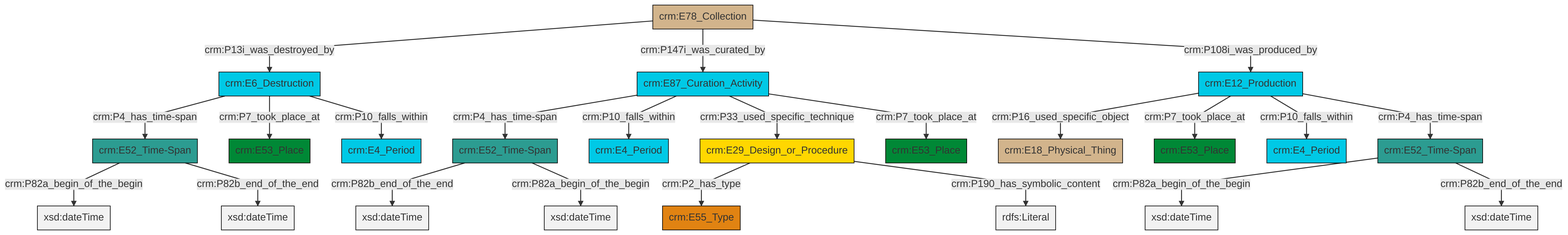
Above: et/archivalCSV/ttl/mmd/png/archival_existence.png in swiss-art-research-net/docs.swissartresearch (Mermaid), before the change. Its source is kept beside it as et/archivalCSV/ttl/mmd/archival_existence.ttl.mmd.
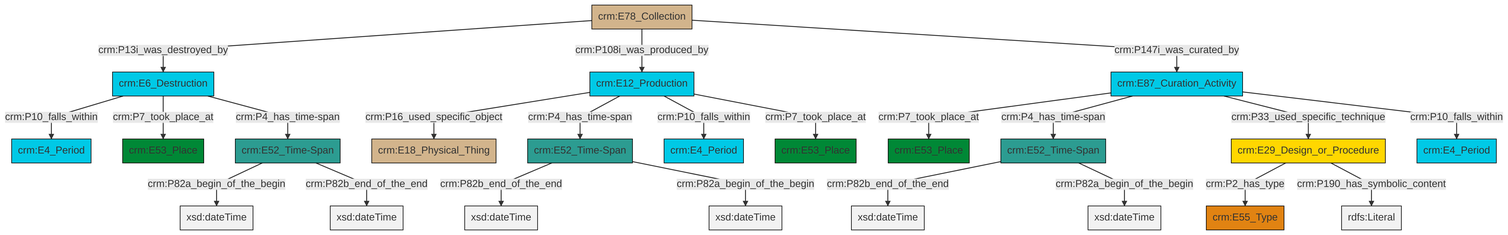
Later version of the same file.

Diff of the diagram source:
```diff
@@ -13,25 +13,25 @@
 classDef PC_Classes fill:#4ce600, stroke:#000000;
 classDef Multi fill:#cccccc,stroke:#000000;
 
-0["crm:E78_Collection"]:::Physical_Thing -->|crm:P13i_was_destroyed_by| 1["crm:E6_Destruction"]:::Temporal_Entity
-2["crm:E12_Production"]:::Temporal_Entity -->|crm:P16_used_specific_object| 3["crm:E18_Physical_Thing"]:::Physical_Thing
-4["crm:E87_Curation_Activity"]:::Temporal_Entity -->|crm:P4_has_time-span| 5["crm:E52_Time-Span"]:::Time-Span
-5["crm:E52_Time-Span"]:::Time-Span -->|crm:P82b_end_of_the_end| 6[xsd:dateTime]:::Literal
-4["crm:E87_Curation_Activity"]:::Temporal_Entity -->|crm:P10_falls_within| 7["crm:E4_Period"]:::Temporal_Entity
-1["crm:E6_Destruction"]:::Temporal_Entity -->|crm:P4_has_time-span| 8["crm:E52_Time-Span"]:::Time-Span
-1["crm:E6_Destruction"]:::Temporal_Entity -->|crm:P7_took_place_at| 11["crm:E53_Place"]:::Place
-0["crm:E78_Collection"]:::Physical_Thing -->|crm:P147i_was_curated_by| 4["crm:E87_Curation_Activity"]:::Temporal_Entity
-17["crm:E29_Design_or_Procedure"]:::Conceptual_Object -->|crm:P2_has_type| 14["crm:E55_Type"]:::Type
-2["crm:E12_Production"]:::Temporal_Entity -->|crm:P7_took_place_at| 20["crm:E53_Place"]:::Place
-4["crm:E87_Curation_Activity"]:::Temporal_Entity -->|crm:P33_used_specific_technique| 17["crm:E29_Design_or_Procedure"]:::Conceptual_Object
-2["crm:E12_Production"]:::Temporal_Entity -->|crm:P10_falls_within| 23["crm:E4_Period"]:::Temporal_Entity
-5["crm:E52_Time-Span"]:::Time-Span -->|crm:P82a_begin_of_the_begin| 26[xsd:dateTime]:::Literal
-1["crm:E6_Destruction"]:::Temporal_Entity -->|crm:P10_falls_within| 12["crm:E4_Period"]:::Temporal_Entity
-0["crm:E78_Collection"]:::Physical_Thing -->|crm:P108i_was_produced_by| 2["crm:E12_Production"]:::Temporal_Entity
-8["crm:E52_Time-Span"]:::Time-Span -->|crm:P82a_begin_of_the_begin| 29[xsd:dateTime]:::Literal
-9["crm:E52_Time-Span"]:::Time-Span -->|crm:P82a_begin_of_the_begin| 30[xsd:dateTime]:::Literal
-2["crm:E12_Production"]:::Temporal_Entity -->|crm:P4_has_time-span| 9["crm:E52_Time-Span"]:::Time-Span
-9["crm:E52_Time-Span"]:::Time-Span -->|crm:P82b_end_of_the_end| 33[xsd:dateTime]:::Literal
-4["crm:E87_Curation_Activity"]:::Temporal_Entity -->|crm:P7_took_place_at| 31["crm:E53_Place"]:::Place
-8["crm:E52_Time-Span"]:::Time-Span -->|crm:P82b_end_of_the_end| 36[xsd:dateTime]:::Literal
-17["crm:E29_Design_or_Procedure"]:::Conceptual_Object -->|crm:P190_has_symbolic_content| 37[rdfs:Literal]:::Literal
+0["crm:E52_Time-Span"]:::Time-Span -->|crm:P82b_end_of_the_end| 1[xsd:dateTime]:::Literal
+2["crm:E52_Time-Span"]:::Time-Span -->|crm:P82a_begin_of_the_begin| 3[xsd:dateTime]:::Literal
+4["crm:E52_Time-Span"]:::Time-Span -->|crm:P82b_end_of_the_end| 5[xsd:dateTime]:::Literal
+2["crm:E52_Time-Span"]:::Time-Span -->|crm:P82b_end_of_the_end| 6[xsd:dateTime]:::Literal
+16["crm:E87_Curation_Activity"]:::Temporal_Entity -->|crm:P7_took_place_at| 17["crm:E53_Place"]:::Place
+19["crm:E29_Design_or_Procedure"]:::Conceptual_Object -->|crm:P2_has_type| 20["crm:E55_Type"]:::Type
+7["crm:E78_Collection"]:::Physical_Thing -->|crm:P13i_was_destroyed_by| 11["crm:E6_Destruction"]:::Temporal_Entity
+7["crm:E78_Collection"]:::Physical_Thing -->|crm:P108i_was_produced_by| 21["crm:E12_Production"]:::Temporal_Entity
+11["crm:E6_Destruction"]:::Temporal_Entity -->|crm:P10_falls_within| 23["crm:E4_Period"]:::Temporal_Entity
+11["crm:E6_Destruction"]:::Temporal_Entity -->|crm:P7_took_place_at| 14["crm:E53_Place"]:::Place
+21["crm:E12_Production"]:::Temporal_Entity -->|crm:P16_used_specific_object| 9["crm:E18_Physical_Thing"]:::Physical_Thing
+0["crm:E52_Time-Span"]:::Time-Span -->|crm:P82a_begin_of_the_begin| 25[xsd:dateTime]:::Literal
+4["crm:E52_Time-Span"]:::Time-Span -->|crm:P82a_begin_of_the_begin| 29[xsd:dateTime]:::Literal
+7["crm:E78_Collection"]:::Physical_Thing -->|crm:P147i_was_curated_by| 16["crm:E87_Curation_Activity"]:::Temporal_Entity
+11["crm:E6_Destruction"]:::Temporal_Entity -->|crm:P4_has_time-span| 2["crm:E52_Time-Span"]:::Time-Span
+16["crm:E87_Curation_Activity"]:::Temporal_Entity -->|crm:P4_has_time-span| 0["crm:E52_Time-Span"]:::Time-Span
+19["crm:E29_Design_or_Procedure"]:::Conceptual_Object -->|crm:P190_has_symbolic_content| 33[rdfs:Literal]:::Literal
+21["crm:E12_Production"]:::Temporal_Entity -->|crm:P4_has_time-span| 4["crm:E52_Time-Span"]:::Time-Span
+21["crm:E12_Production"]:::Temporal_Entity -->|crm:P10_falls_within| 36["crm:E4_Period"]:::Temporal_Entity
+16["crm:E87_Curation_Activity"]:::Temporal_Entity -->|crm:P33_used_specific_technique| 19["crm:E29_Design_or_Procedure"]:::Conceptual_Object
+21["crm:E12_Production"]:::Temporal_Entity -->|crm:P7_took_place_at| 27["crm:E53_Place"]:::Place
+16["crm:E87_Curation_Activity"]:::Temporal_Entity -->|crm:P10_falls_within| 30["crm:E4_Period"]:::Temporal_Entity
```
